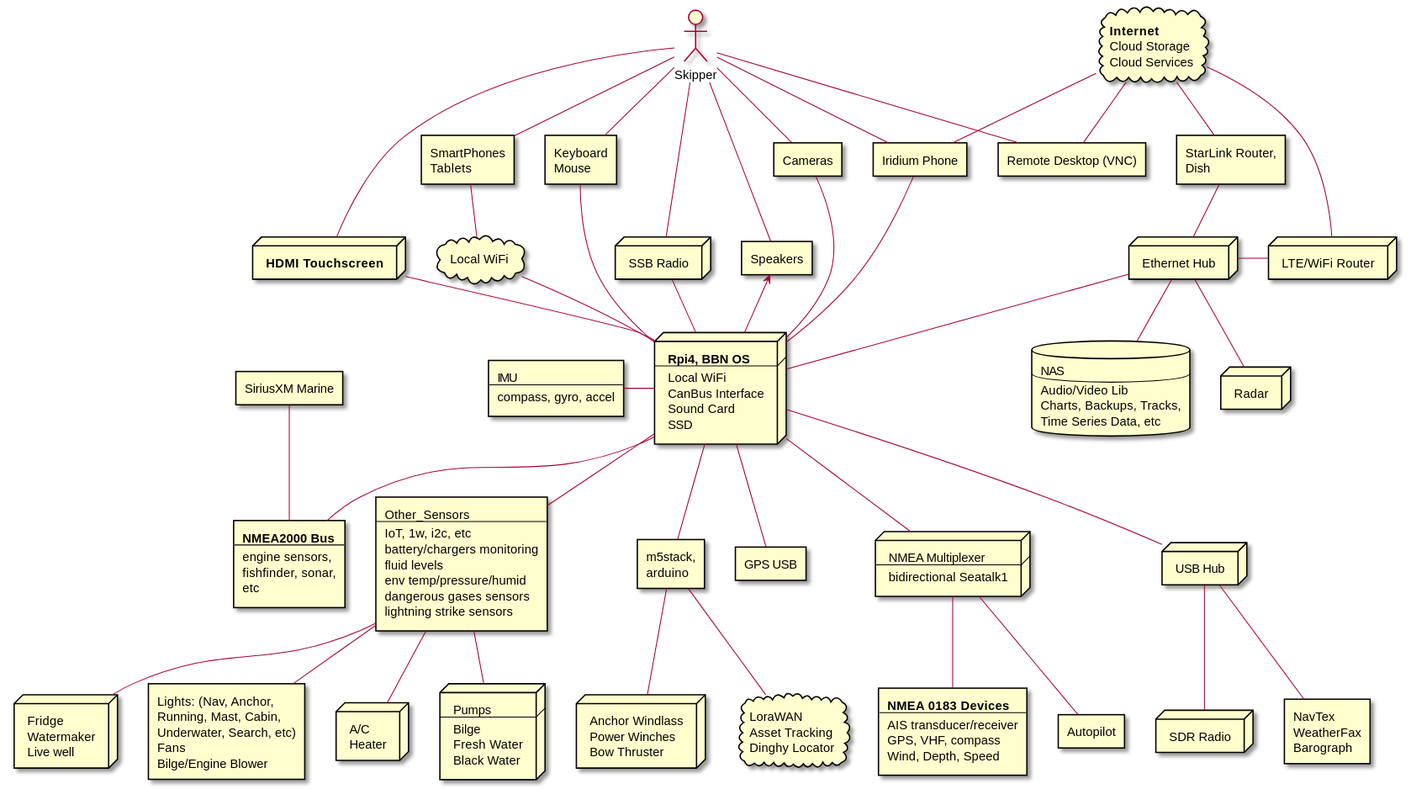
Above: docs/images/system-arch.svg in bareboat-necessities/my-bareboat (PlantUML), before the change.
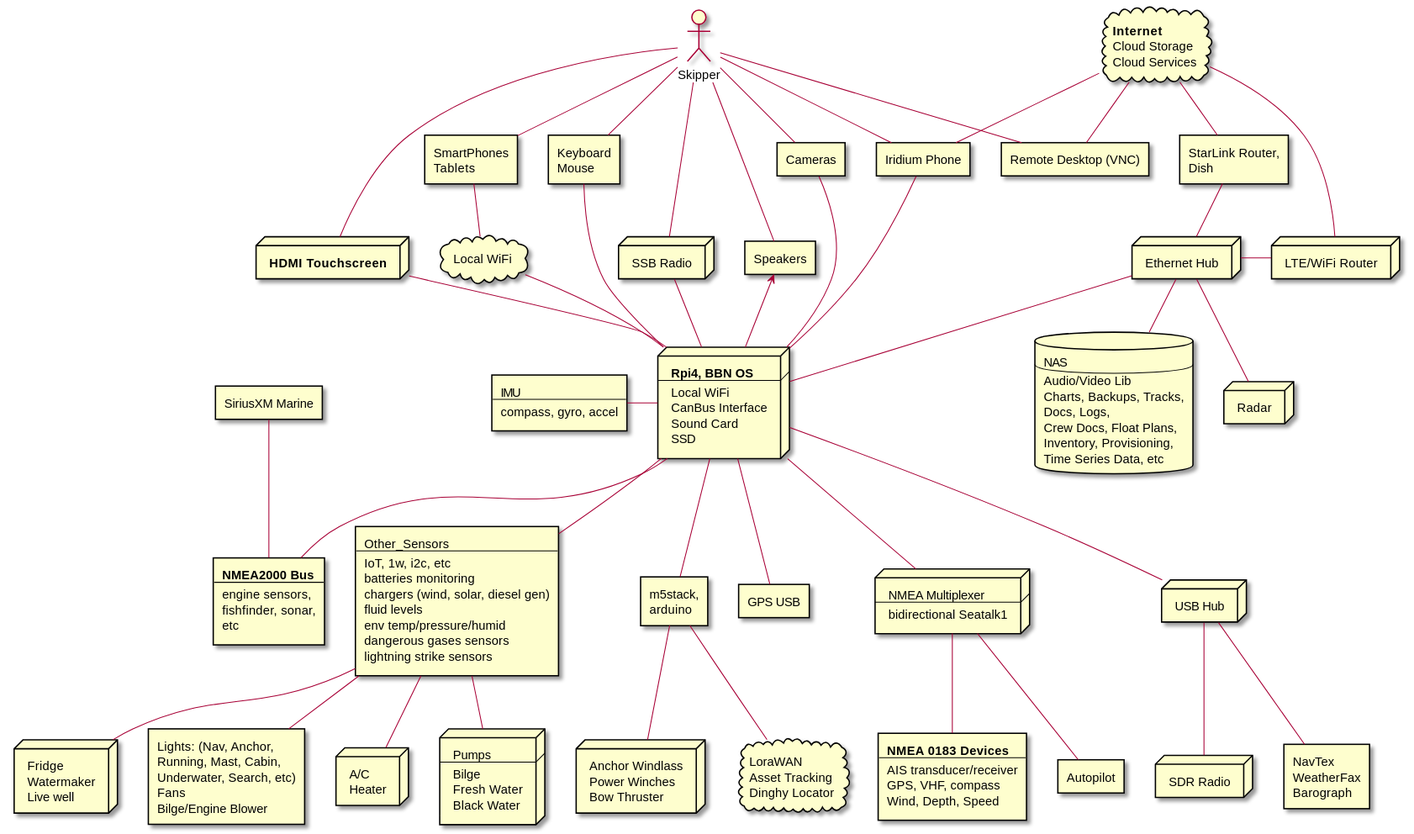
The same file after the commit.

Commit message:
better diagrams

Diff of the diagram source:
```diff
@@ -102,7 +102,8 @@
  Other_Sensors
  ----
  IoT, 1w, i2c, etc
- battery/chargers monitoring
+ batteries monitoring
+ chargers (wind, solar, diesel gen)
  fluid levels
  env temp/pressure/humid
  dangerous gases sensors
@@ -165,6 +166,9 @@
  ----
  Audio/Video Lib
  Charts, Backups, Tracks,
+ Docs, Logs,
+ Crew Docs, Float Plans,
+ Inventory, Provisioning,
  Time Series Data, etc
 ]
 
```
